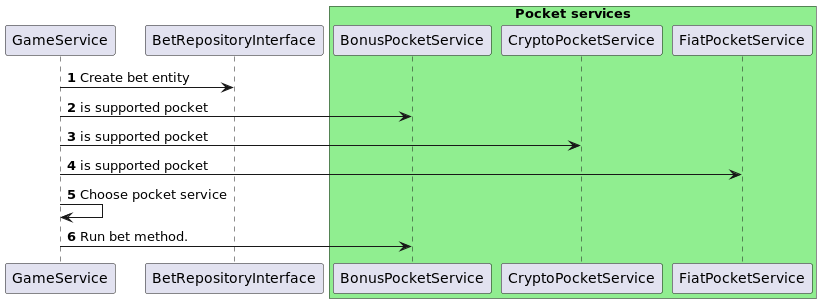
This is docs/images/BetSequenceDiagram.png from SukachVitally/test_game_pocket, a PlantUML export, as it was before one commit.
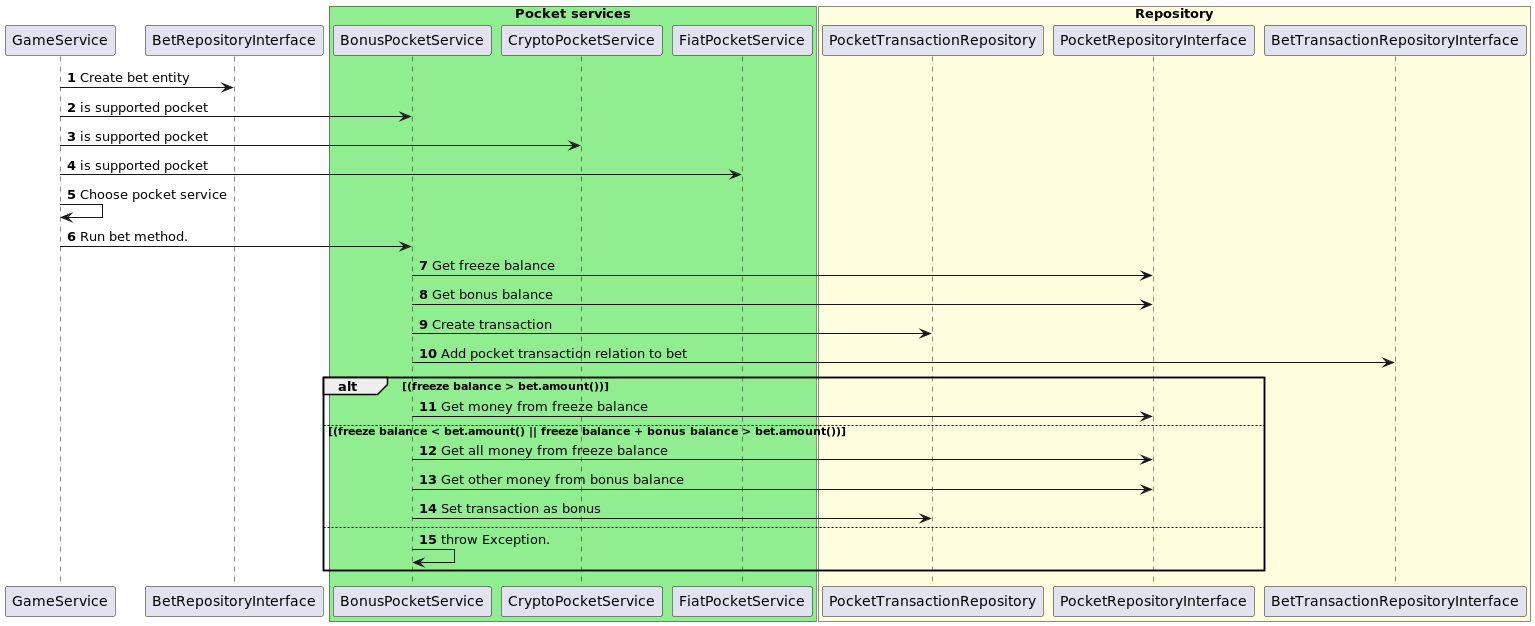
The same file after the commit.

The edit, as a diff of the source:
```diff
@@ -9,11 +9,32 @@
     participant FiatPocketService
 end box
 
+box "Repository" #LightYellow
+    participant PocketTransactionRepository
+    participant PocketRepositoryInterface
+    participant BetTransactionRepositoryInterface
+end box
+
 gs -> BetRepositoryInterface: Create bet entity
 gs -> BonusPocketService: is supported pocket
 gs -> CryptoPocketService: is supported pocket
 gs -> FiatPocketService: is supported pocket
 gs -> gs: Choose pocket service
 gs -> BonusPocketService: Run bet method.
+BonusPocketService -> PocketRepositoryInterface: Get freeze balance
+BonusPocketService -> PocketRepositoryInterface: Get bonus balance
+BonusPocketService -> PocketTransactionRepository: Create transaction
+BonusPocketService -> BetTransactionRepositoryInterface: Add pocket transaction relation to bet
+
+
+alt (freeze balance > bet.amount())
+    BonusPocketService -> PocketRepositoryInterface: Get money from freeze balance
+else (freeze balance < bet.amount() || freeze balance + bonus balance > bet.amount())
+    BonusPocketService -> PocketRepositoryInterface: Get all money from freeze balance
+    BonusPocketService -> PocketRepositoryInterface: Get other money from bonus balance
+    BonusPocketService -> PocketTransactionRepository: Set transaction as bonus
+else
+    BonusPocketService -> BonusPocketService: throw Exception.
+end
 
 @enduml
```
